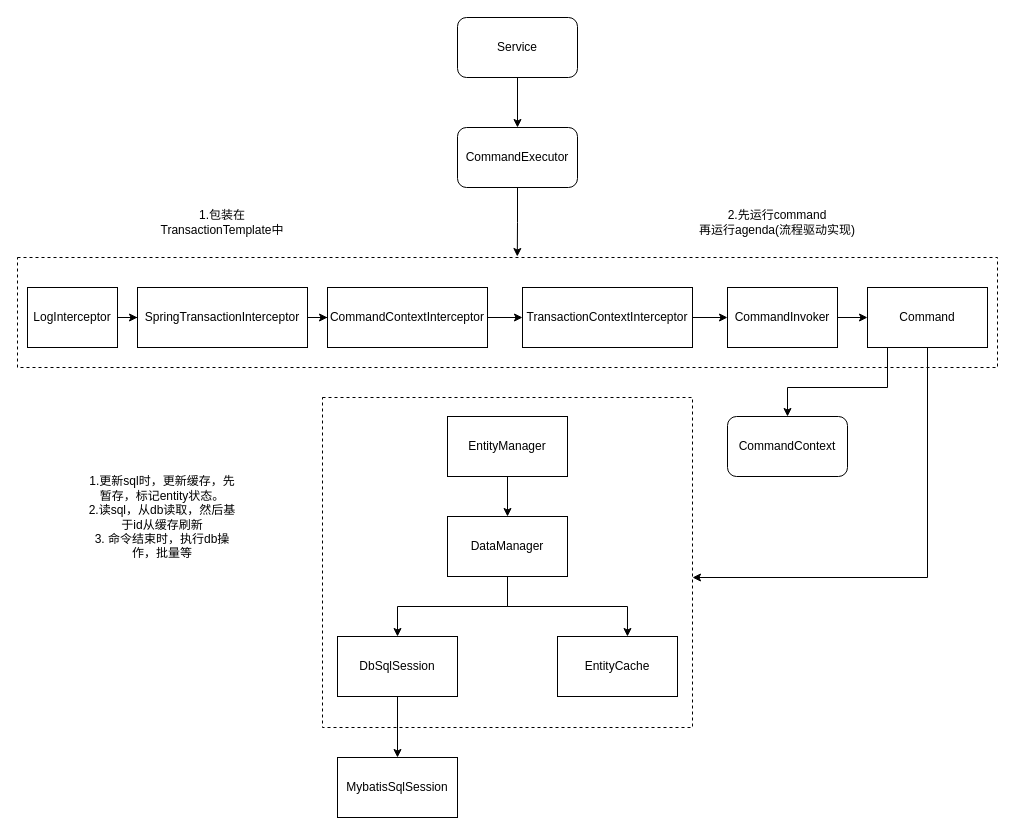
The draw.io diagram activiti.drawio in jessin20161124/javase1, before the edit. Source tidied: cells renumbered, new cells numbered last; positions are measured from the earlier drawing's top-left corner, leaving out a move shared by most shapes. Both pictures are drawn from the tidied source at 100%, with x=0, y=0 at pixel (17, 17).
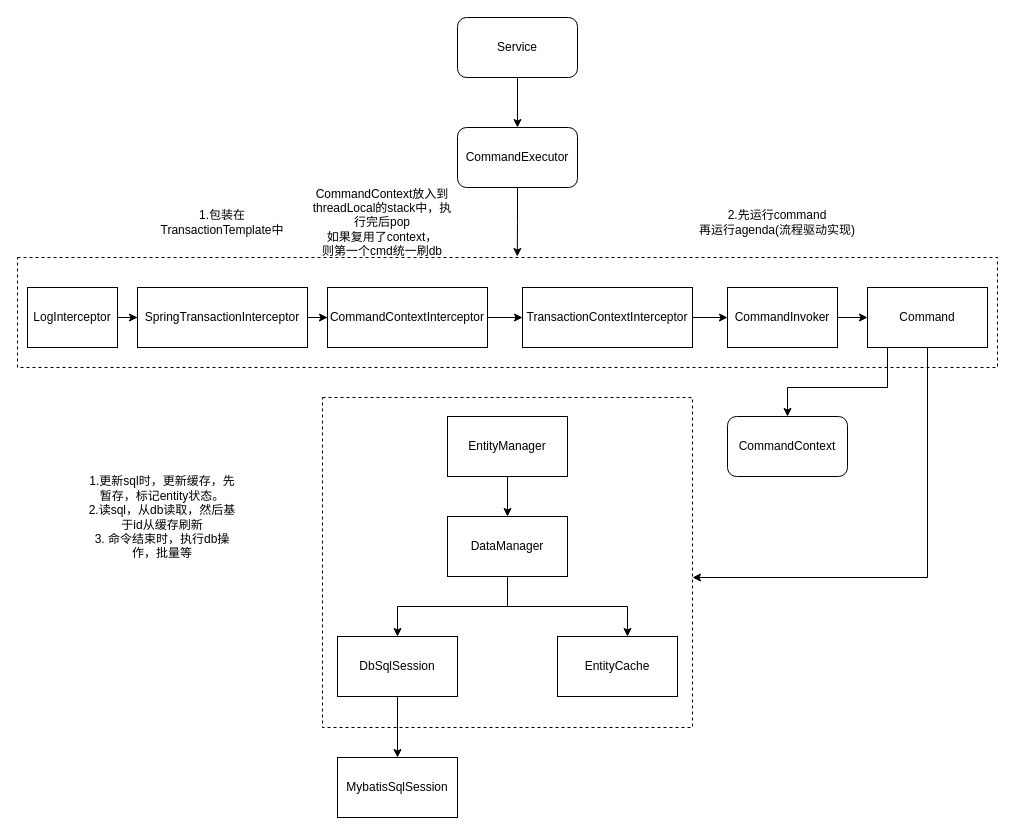
The same diagram, later.

Change to the diagram source:
```diff
@@
+    <mxCell id="34" value="CommandContext放入到threadLocal的stack中，执行完后pop&lt;br&gt;如果复用了context，&lt;br&gt;则第一个cmd统一刷db" style="text;html=1;strokeColor=none;fillColor=none;align=center;verticalAlign=middle;whiteSpace=wrap;rounded=0;" parent="1" vertex="1">
+      <mxGeometry x="290" y="190" width="150" height="30" as="geometry" />
+    </mxCell>
```
